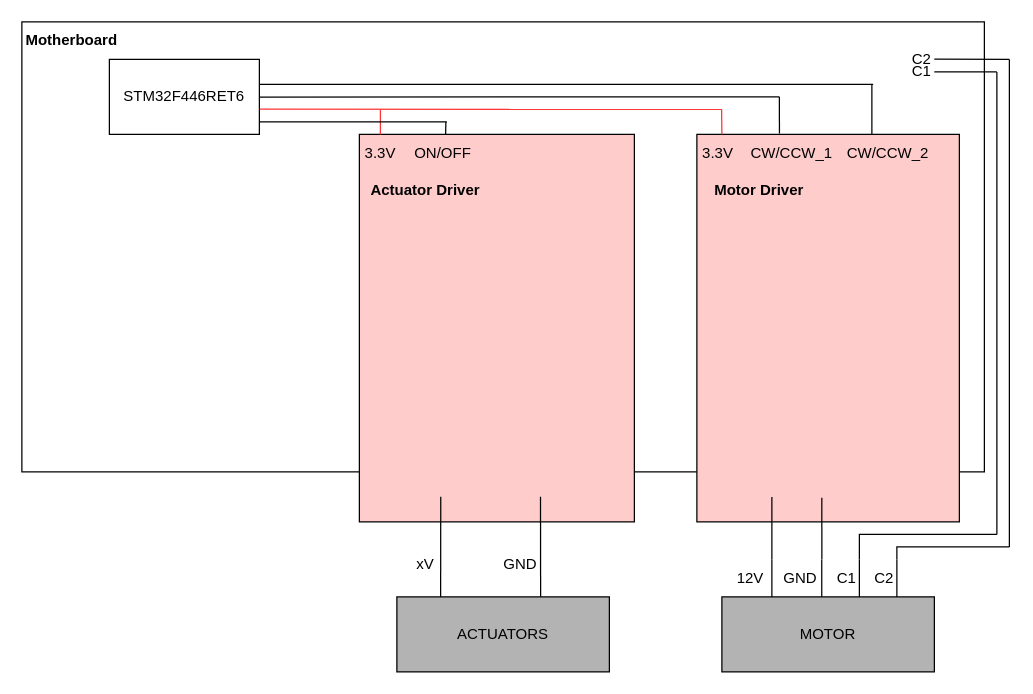
Before: page "Circuits" (2 of 2) of block_diagrams/Maestro Diagrams.drawio in chatrajaman3/ELEC391_25W2_Robo_Maestro, a draw.io diagram. Source tidied: cells renumbered, new cells numbered last; positions are measured from the earlier drawing's top-left corner, leaving out a move shared by most shapes. Both pictures are drawn from the tidied source at 125%, with x=0, y=0 at pixel (21, 21).
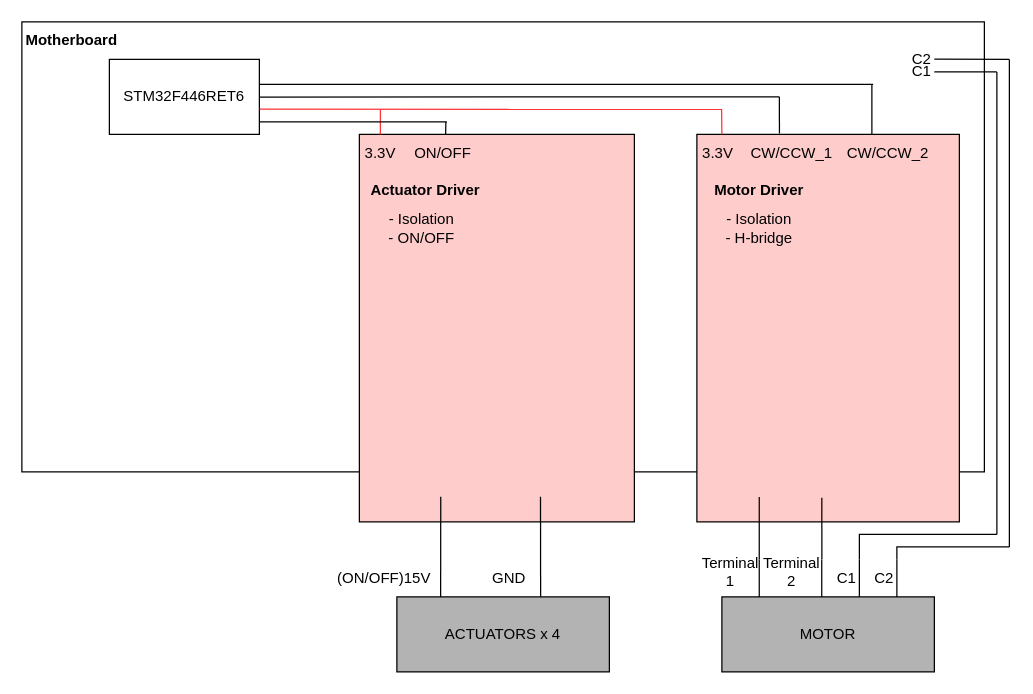
The same diagram, later.

What changed in the source:
```diff
@@
-    <mxCell id="10" value="ACTUATORS" style="rounded=0;whiteSpace=wrap;html=1;fillColor=#B3B3B3;" parent="1" vertex="1">
+    <mxCell id="10" value="ACTUATORS x 4" style="rounded=0;whiteSpace=wrap;html=1;fillColor=#B3B3B3;" parent="1" vertex="1">
       <mxGeometry x="300" y="460" width="170" height="60" as="geometry" />
     </mxCell>
     <mxCell id="11" style="endArrow=none;html=1;rounded=0;" parent="1" edge="1">
       <mxGeometry relative="1" as="geometry">
-        <mxPoint x="600" y="460" as="sourcePoint" />
-        <mxPoint x="600" y="430" as="targetPoint" />
+        <mxPoint x="589.9" y="460" as="sourcePoint" />
+        <mxPoint x="589.9" y="430" as="targetPoint" />
       </mxGeometry>
     </mxCell>
-    <mxCell id="12" value="12V" style="text;html=1;whiteSpace=wrap;strokeColor=none;fillColor=none;align=center;verticalAlign=middle;rounded=0;" parent="1" vertex="1">
-      <mxGeometry x="565.9" y="430" width="34" height="30" as="geometry" />
+    <mxCell id="12" value="Terminal 1" style="text;html=1;whiteSpace=wrap;strokeColor=none;fillColor=none;align=center;verticalAlign=middle;rounded=0;" parent="1" vertex="1">
+      <mxGeometry x="550" y="425" width="34" height="30" as="geometry" />
     </mxCell>
@@
-    <mxCell id="14" value="GND" style="text;html=1;whiteSpace=wrap;strokeColor=none;fillColor=none;align=center;verticalAlign=middle;rounded=0;" parent="1" vertex="1">
-      <mxGeometry x="606" y="430" width="34" height="30" as="geometry" />
-    </mxCell>
@@
     <mxCell id="20" style="endArrow=none;html=1;rounded=0;exitX=1;exitY=0;exitDx=0;exitDy=0;entryX=0.542;entryY=0.938;entryDx=0;entryDy=0;entryPerimeter=0;" parent="1" edge="1">
       <mxGeometry relative="1" as="geometry">
-        <mxPoint x="600" y="430" as="sourcePoint" />
-        <mxPoint x="600" y="380" as="targetPoint" />
+        <mxPoint x="589.9" y="430" as="sourcePoint" />
+        <mxPoint x="589.9" y="380" as="targetPoint" />
       </mxGeometry>
     </mxCell>
@@
     <mxCell id="31" value="GND" style="text;html=1;whiteSpace=wrap;strokeColor=none;fillColor=none;align=center;verticalAlign=middle;rounded=0;" parent="1" vertex="1">
-      <mxGeometry x="382" y="419" width="34" height="30" as="geometry" />
+      <mxGeometry x="373" y="430" width="34" height="30" as="geometry" />
     </mxCell>
-    <mxCell id="32" value="xV" style="text;html=1;whiteSpace=wrap;strokeColor=none;fillColor=none;align=center;verticalAlign=middle;rounded=0;" parent="1" vertex="1">
-      <mxGeometry x="306" y="419" width="34" height="30" as="geometry" />
+    <mxCell id="32" value="(ON/OFF)15V" style="text;html=1;whiteSpace=wrap;strokeColor=none;fillColor=none;align=center;verticalAlign=middle;rounded=0;" parent="1" vertex="1">
+      <mxGeometry x="273" y="430" width="34" height="30" as="geometry" />
     </mxCell>
@@
+    <mxCell id="47" value="Terminal 2" style="text;html=1;whiteSpace=wrap;strokeColor=none;fillColor=none;align=center;verticalAlign=middle;rounded=0;" parent="1" vertex="1">
+      <mxGeometry x="598.9" y="425" width="34" height="30" as="geometry" />
+    </mxCell>
+    <mxCell id="48" value="- Isolation&lt;div&gt;- H-bridge&lt;/div&gt;" style="text;html=1;whiteSpace=wrap;strokeColor=none;fillColor=none;align=center;verticalAlign=middle;rounded=0;" parent="1" vertex="1">
+      <mxGeometry x="560" y="150" width="60" height="30" as="geometry" />
+    </mxCell>
+    <mxCell id="49" value="- Isolation&lt;div&gt;- ON/OFF&lt;/div&gt;" style="text;html=1;whiteSpace=wrap;strokeColor=none;fillColor=none;align=center;verticalAlign=middle;rounded=0;" parent="1" vertex="1">
+      <mxGeometry x="290" y="150" width="60" height="30" as="geometry" />
+    </mxCell>
```
